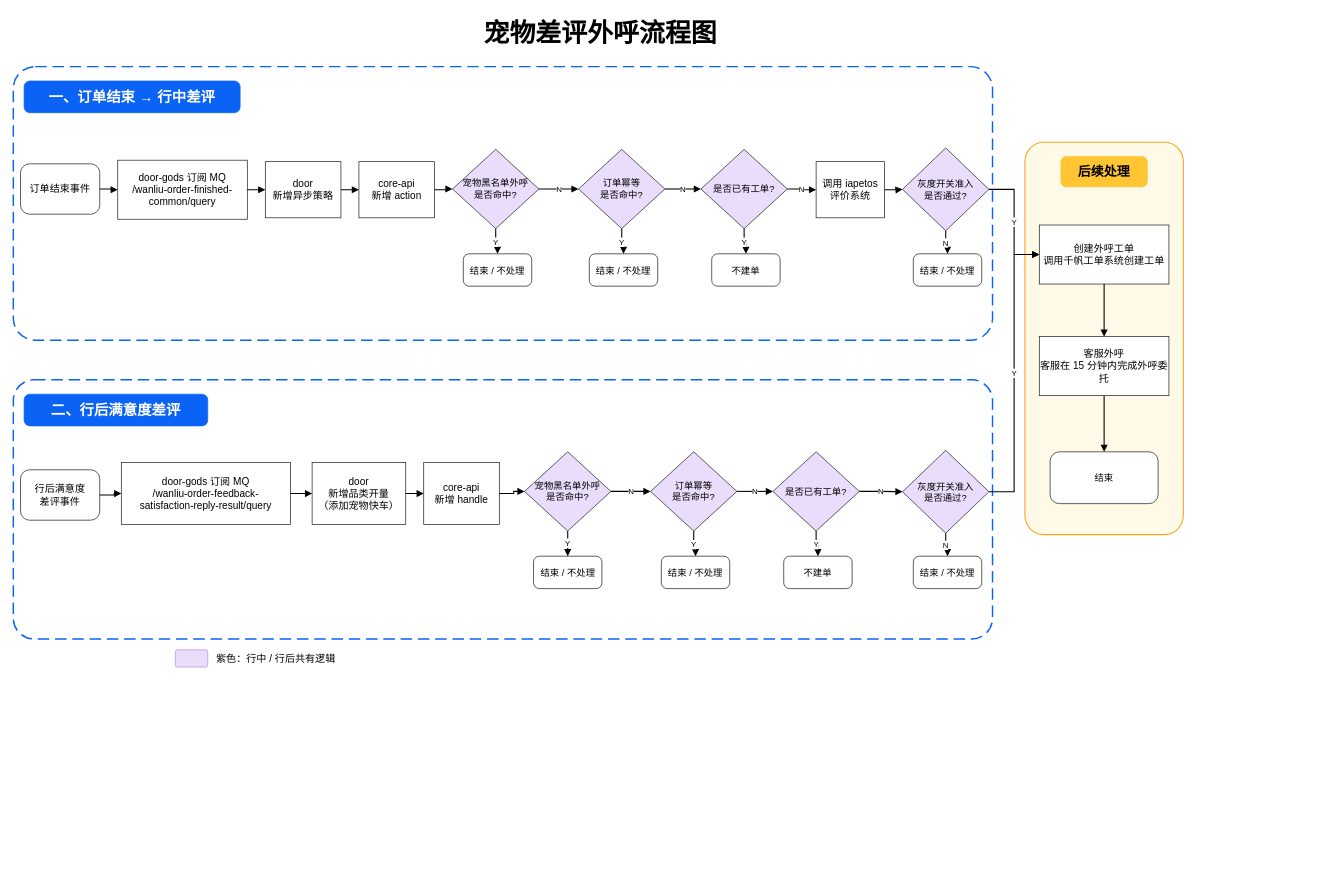
This is 宠物外呼流程图.drawio from EYOKE/hello-world, a draw.io file, before an edit. Source tidied: cells renumbered, new cells numbered last; positions are measured from the earlier drawing's top-left corner, leaving out a move shared by most shapes. Both pictures are drawn from the tidied source at 72%, with x=0, y=0 at pixel (13, 12).
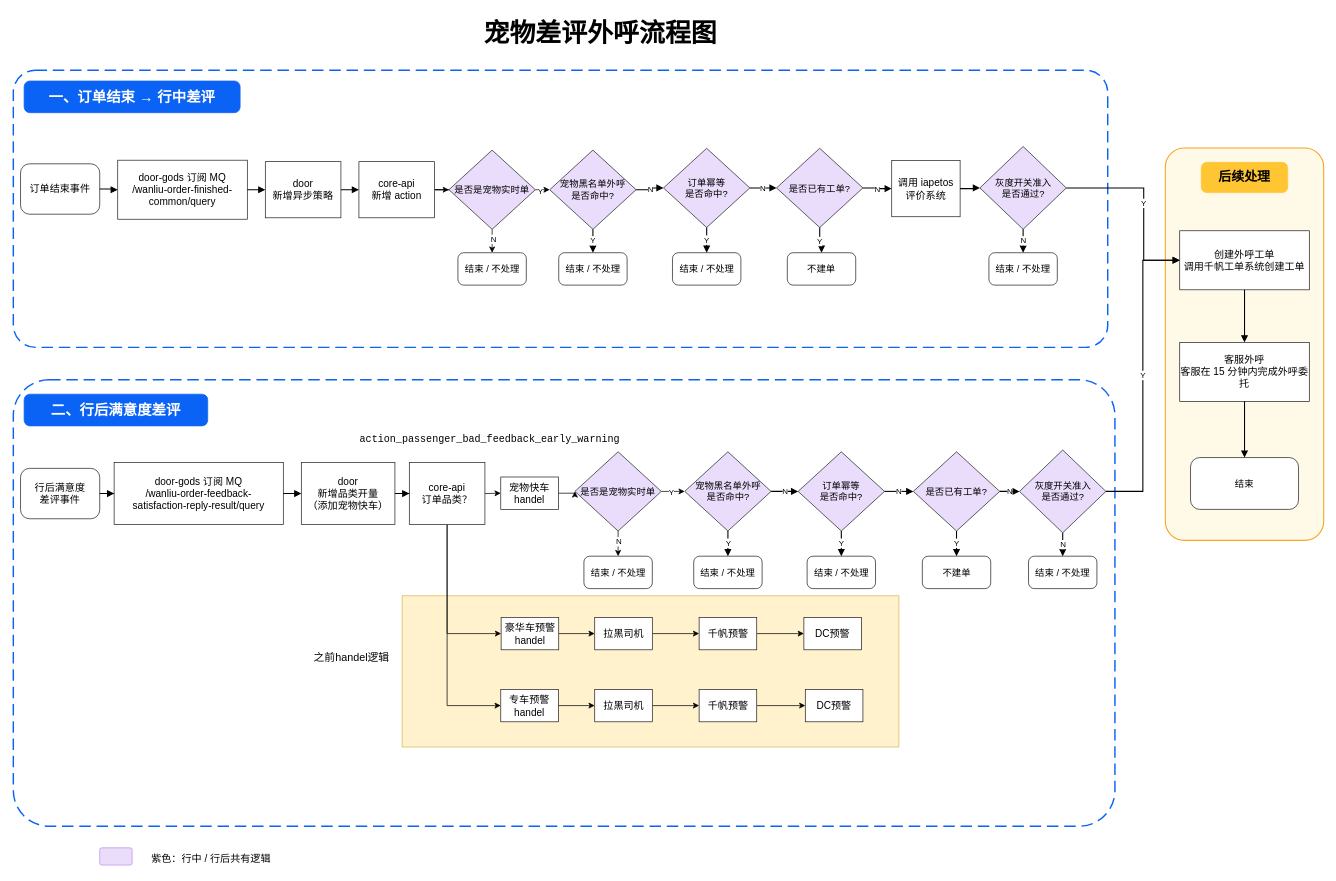
After the change.

Commit message:
更新宠物外呼流程图.drawio

The change refers to these unchanged cells:
```xml
<mxCell id="10" value="core-api&lt;br&gt;新增 action" style="rounded=0;whiteSpace=wrap;html=1;fillColor=#FFFFFF;strokeColor=#222222;fontSize=14;" parent="1" vertex="1">
  <mxGeometry x="480" y="207" width="105" height="78" as="geometry" />
</mxCell>
```

Diff of the diagram source:
```diff
@@
+    <mxCell id="66" style="rounded=0;whiteSpace=wrap;html=1;fillColor=#fff2cc;strokeColor=#d6b656;" parent="1" vertex="1">
+      <mxGeometry x="540" y="810" width="690" height="210" as="geometry" />
+    </mxCell>
@@
     <mxCell id="3" style="rounded=1;whiteSpace=wrap;html=1;fillColor=none;strokeColor=#0B63F6;dashed=1;dashPattern=8 4;strokeWidth=2;arcSize=8;" parent="1" vertex="1">
-      <mxGeometry y="75" width="1360" height="380" as="geometry" />
+      <mxGeometry y="80" width="1520" height="385" as="geometry" />
     </mxCell>
     <mxCell id="4" style="rounded=1;whiteSpace=wrap;html=1;fillColor=none;strokeColor=#0B63F6;dashed=1;dashPattern=8 4;strokeWidth=2;arcSize=8;" parent="1" vertex="1">
-      <mxGeometry y="510" width="1360" height="360" as="geometry" />
+      <mxGeometry y="510" width="1530" height="620" as="geometry" />
     </mxCell>
@@
+    <mxCell id="67" style="edgeStyle=orthogonalEdgeStyle;rounded=0;jettySize=auto;html=1;entryX=0;entryY=0.5;entryDx=0;entryDy=0;" parent="1" edge="1" source="10" target="75">
+      <mxGeometry relative="1" as="geometry" />
+    </mxCell>
@@
     <mxCell id="11" value="宠物黑名单外呼&lt;br&gt;是否命中?" style="rhombus;whiteSpace=wrap;html=1;fillColor=#EADCFB;strokeColor=#222222;fontSize=13;" parent="1" vertex="1">
-      <mxGeometry x="610" y="190" width="120" height="110" as="geometry" />
+      <mxGeometry x="745" y="191" width="120" height="110" as="geometry" />
     </mxCell>
     <mxCell id="12" value="订单幂等&lt;br&gt;是否命中?" style="rhombus;whiteSpace=wrap;html=1;fillColor=#EADCFB;strokeColor=#222222;fontSize=13;" parent="1" vertex="1">
-      <mxGeometry x="785" y="190" width="120" height="110" as="geometry" />
+      <mxGeometry x="903" y="188.5" width="120" height="110" as="geometry" />
     </mxCell>
     <mxCell id="13" value="是否已有工单?" style="rhombus;whiteSpace=wrap;html=1;fillColor=#EADCFB;strokeColor=#222222;fontSize=13;" parent="1" vertex="1">
-      <mxGeometry x="955" y="190" width="120" height="110" as="geometry" />
+      <mxGeometry x="1060" y="188.5" width="120" height="110" as="geometry" />
     </mxCell>
     <mxCell id="14" value="调用 iapetos&lt;br&gt;评价系统" style="rounded=0;whiteSpace=wrap;html=1;fillColor=#FFFFFF;strokeColor=#222222;fontSize=14;" parent="1" vertex="1">
-      <mxGeometry x="1115" y="207" width="95" height="78" as="geometry" />
+      <mxGeometry x="1220" y="205.5" width="95" height="78" as="geometry" />
     </mxCell>
     <mxCell id="15" value="灰度开关准入&lt;br&gt;是否通过?" style="rhombus;whiteSpace=wrap;html=1;fillColor=#EADCFB;strokeColor=#222222;fontSize=13;" parent="1" vertex="1">
-      <mxGeometry x="1235" y="188" width="120" height="115" as="geometry" />
+      <mxGeometry x="1342.5" y="186" width="120" height="115" as="geometry" />
     </mxCell>
     <mxCell id="16" value="结束 / 不处理" style="rounded=1;whiteSpace=wrap;html=1;fillColor=#FFFFFF;strokeColor=#222222;fontSize=13;arcSize=18;" parent="1" vertex="1">
-      <mxGeometry x="625" y="335" width="95" height="45" as="geometry" />
+      <mxGeometry x="757.5" y="333.5" width="95" height="45" as="geometry" />
     </mxCell>
     <mxCell id="17" value="结束 / 不处理" style="rounded=1;whiteSpace=wrap;html=1;fillColor=#FFFFFF;strokeColor=#222222;fontSize=13;arcSize=18;" parent="1" vertex="1">
-      <mxGeometry x="800" y="335" width="95" height="45" as="geometry" />
+      <mxGeometry x="915.5" y="333.5" width="95" height="45" as="geometry" />
     </mxCell>
     <mxCell id="18" value="不建单" style="rounded=1;whiteSpace=wrap;html=1;fillColor=#FFFFFF;strokeColor=#222222;fontSize=13;arcSize=18;" parent="1" vertex="1">
-      <mxGeometry x="970" y="335" width="95" height="45" as="geometry" />
+      <mxGeometry x="1075" y="333.5" width="95" height="45" as="geometry" />
     </mxCell>
     <mxCell id="19" value="结束 / 不处理" style="rounded=1;whiteSpace=wrap;html=1;fillColor=#FFFFFF;strokeColor=#222222;fontSize=13;arcSize=18;" parent="1" vertex="1">
-      <mxGeometry x="1250" y="335" width="95" height="45" as="geometry" />
+      <mxGeometry x="1355" y="333.5" width="95" height="45" as="geometry" />
     </mxCell>
     <mxCell id="20" value="行后满意度&lt;br&gt;差评事件" style="rounded=1;whiteSpace=wrap;html=1;fillColor=#FFFFFF;strokeColor=#222222;fontSize=14;arcSize=18;" parent="1" vertex="1">
-      <mxGeometry x="10" y="635" width="110" height="70" as="geometry" />
+      <mxGeometry x="10" y="633" width="110" height="70" as="geometry" />
     </mxCell>
     <mxCell id="21" value="door-gods 订阅 MQ&lt;br&gt;/wanliu-order-feedback-&lt;br&gt;satisfaction-reply-result/query" style="rounded=0;whiteSpace=wrap;html=1;fillColor=#FFFFFF;strokeColor=#222222;fontSize=14;" parent="1" vertex="1">
-      <mxGeometry x="150" y="625" width="235" height="86" as="geometry" />
+      <mxGeometry x="140" y="625" width="235" height="86" as="geometry" />
     </mxCell>
     <mxCell id="22" value="door&lt;br&gt;新增品类开量&lt;br&gt;（添加宠物快车）" style="rounded=0;whiteSpace=wrap;html=1;fillColor=#FFFFFF;strokeColor=#222222;fontSize=14;" parent="1" vertex="1">
-      <mxGeometry x="415" y="625" width="130" height="86" as="geometry" />
+      <mxGeometry x="400" y="625" width="130" height="86" as="geometry" />
     </mxCell>
+    <mxCell id="68" style="rounded=0;jettySize=auto;html=1;exitX=1;exitY=0.5;exitDx=0;exitDy=0;entryX=0;entryY=0.5;entryDx=0;entryDy=0;" parent="1" edge="1" source="23" target="85">
+      <mxGeometry relative="1" as="geometry" />
+    </mxCell>
+    <mxCell id="69" style="edgeStyle=orthogonalEdgeStyle;rounded=0;jettySize=auto;html=1;exitX=0.5;exitY=1;exitDx=0;exitDy=0;entryX=0;entryY=0.5;entryDx=0;entryDy=0;" parent="1" edge="1" source="23" target="87">
+      <mxGeometry relative="1" as="geometry" />
+    </mxCell>
+    <mxCell id="70" style="edgeStyle=orthogonalEdgeStyle;rounded=0;jettySize=auto;html=1;exitX=0.5;exitY=1;exitDx=0;exitDy=0;entryX=0;entryY=0.5;entryDx=0;entryDy=0;" parent="1" edge="1" source="23" target="89">
+      <mxGeometry relative="1" as="geometry" />
+    </mxCell>
-    <mxCell id="23" value="core-api&lt;br&gt;新增 handle" style="rounded=0;whiteSpace=wrap;html=1;fillColor=#FFFFFF;strokeColor=#222222;fontSize=14;" parent="1" vertex="1">
-      <mxGeometry x="570" y="625" width="105" height="86" as="geometry" />
+    <mxCell id="23" value="core-api&lt;br&gt;订单品类？" style="rounded=0;whiteSpace=wrap;html=1;fillColor=#FFFFFF;strokeColor=#222222;fontSize=14;" parent="1" vertex="1">
+      <mxGeometry x="550" y="625" width="105" height="86" as="geometry" />
     </mxCell>
     <mxCell id="24" value="宠物黑名单外呼&lt;br&gt;是否命中?" style="rhombus;whiteSpace=wrap;html=1;fillColor=#EADCFB;strokeColor=#222222;fontSize=13;" parent="1" vertex="1">
-      <mxGeometry x="710" y="610" width="120" height="110" as="geometry" />
+      <mxGeometry x="932.5" y="610" width="120" height="110" as="geometry" />
     </mxCell>
     <mxCell id="25" value="订单幂等&lt;br&gt;是否命中?" style="rhombus;whiteSpace=wrap;html=1;fillColor=#EADCFB;strokeColor=#222222;fontSize=13;" parent="1" vertex="1">
-      <mxGeometry x="885" y="610" width="120" height="110" as="geometry" />
+      <mxGeometry x="1090" y="610" width="120" height="110" as="geometry" />
     </mxCell>
     <mxCell id="26" value="是否已有工单?" style="rhombus;whiteSpace=wrap;html=1;fillColor=#EADCFB;strokeColor=#222222;fontSize=13;" parent="1" vertex="1">
-      <mxGeometry x="1055" y="610" width="120" height="110" as="geometry" />
+      <mxGeometry x="1250" y="610" width="120" height="110" as="geometry" />
     </mxCell>
     <mxCell id="27" value="灰度开关准入&lt;br&gt;是否通过?" style="rhombus;whiteSpace=wrap;html=1;fillColor=#EADCFB;strokeColor=#222222;fontSize=13;" parent="1" vertex="1">
-      <mxGeometry x="1235" y="608" width="120" height="115" as="geometry" />
+      <mxGeometry x="1397.5" y="607.5" width="120" height="115" as="geometry" />
     </mxCell>
     <mxCell id="28" value="结束 / 不处理" style="rounded=1;whiteSpace=wrap;html=1;fillColor=#FFFFFF;strokeColor=#222222;fontSize=13;arcSize=18;" parent="1" vertex="1">
-      <mxGeometry x="722.5" y="755" width="95" height="45" as="geometry" />
+      <mxGeometry x="945" y="755" width="95" height="45" as="geometry" />
     </mxCell>
     <mxCell id="29" value="结束 / 不处理" style="rounded=1;whiteSpace=wrap;html=1;fillColor=#FFFFFF;strokeColor=#222222;fontSize=13;arcSize=18;" parent="1" vertex="1">
-      <mxGeometry x="900" y="755" width="95" height="45" as="geometry" />
+      <mxGeometry x="1102.5" y="755" width="95" height="45" as="geometry" />
     </mxCell>
     <mxCell id="30" value="不建单" style="rounded=1;whiteSpace=wrap;html=1;fillColor=#FFFFFF;strokeColor=#222222;fontSize=13;arcSize=18;" parent="1" vertex="1">
-      <mxGeometry x="1070" y="755" width="95" height="45" as="geometry" />
+      <mxGeometry x="1262.5" y="755" width="95" height="45" as="geometry" />
     </mxCell>
     <mxCell id="31" value="结束 / 不处理" style="rounded=1;whiteSpace=wrap;html=1;fillColor=#FFFFFF;strokeColor=#222222;fontSize=13;arcSize=18;" parent="1" vertex="1">
-      <mxGeometry x="1250" y="755" width="95" height="45" as="geometry" />
+      <mxGeometry x="1410" y="755" width="95" height="45" as="geometry" />
     </mxCell>
     <mxCell id="32" style="rounded=1;whiteSpace=wrap;html=1;fillColor=#FFF9E8;strokeColor=#F5A623;strokeWidth=1.5;arcSize=12;" parent="1" vertex="1">
-      <mxGeometry x="1405" y="180" width="220" height="545" as="geometry" />
+      <mxGeometry x="1600" y="188" width="220" height="545" as="geometry" />
     </mxCell>
     <mxCell id="33" value="后续处理" style="rounded=1;whiteSpace=wrap;html=1;fillColor=#FFC533;strokeColor=#FFC533;fontSize=18;fontStyle=1;arcSize=18;" parent="1" vertex="1">
-      <mxGeometry x="1455" y="200" width="120" height="42" as="geometry" />
+      <mxGeometry x="1650" y="208" width="120" height="42" as="geometry" />
     </mxCell>
     <mxCell id="34" value="创建外呼工单&lt;br&gt;调用千帆工单系统创建工单" style="rounded=0;whiteSpace=wrap;html=1;fillColor=#FFFFFF;strokeColor=#222222;fontSize=14;" parent="1" vertex="1">
-      <mxGeometry x="1425" y="295" width="180" height="82" as="geometry" />
+      <mxGeometry x="1620" y="303" width="180" height="82" as="geometry" />
     </mxCell>
     <mxCell id="35" value="客服外呼&lt;br&gt;客服在 15 分钟内完成外呼委托" style="rounded=0;whiteSpace=wrap;html=1;fillColor=#FFFFFF;strokeColor=#222222;fontSize=14;" parent="1" vertex="1">
-      <mxGeometry x="1425" y="450" width="180" height="82" as="geometry" />
+      <mxGeometry x="1620" y="458" width="180" height="82" as="geometry" />
     </mxCell>
     <mxCell id="36" value="结束" style="rounded=1;whiteSpace=wrap;html=1;fillColor=#FFFFFF;strokeColor=#222222;fontSize=13;arcSize=18;" parent="1" vertex="1">
-      <mxGeometry x="1440" y="610" width="150" height="72" as="geometry" />
+      <mxGeometry x="1635" y="618" width="150" height="72" as="geometry" />
     </mxCell>
@@
-    <mxCell id="40" style="edgeStyle=orthogonalEdgeStyle;rounded=0;jettySize=auto;html=1;endArrow=block;endFill=1;strokeWidth=1.5;" parent="1" edge="1" source="10" target="11">
-      <mxGeometry relative="1" as="geometry" />
-    </mxCell>
@@
-    <mxCell id="45" value="Y" style="edgeStyle=orthogonalEdgeStyle;rounded=0;jettySize=auto;html=1;endArrow=block;endFill=1;strokeWidth=1.5;" parent="1" edge="1" source="15" target="34">
-      <mxGeometry relative="1" as="geometry" />
+    <mxCell id="45" value="Y" style="edgeStyle=orthogonalEdgeStyle;rounded=0;jettySize=auto;html=1;endArrow=block;endFill=1;strokeWidth=1.5;entryX=0;entryY=0.5;entryDx=0;entryDy=0;" parent="1" edge="1" source="15" target="34">
+      <mxGeometry relative="1" as="geometry">
+        <Array as="points">
+          <mxPoint x="1570" y="243.6" />
+          <mxPoint x="1570" y="344" />
+        </Array>
+      </mxGeometry>
     </mxCell>
@@
-    <mxCell id="53" style="edgeStyle=orthogonalEdgeStyle;rounded=0;jettySize=auto;html=1;endArrow=block;endFill=1;strokeWidth=1.5;" parent="1" edge="1" source="23" target="24">
-      <mxGeometry relative="1" as="geometry" />
-    </mxCell>
@@
     <mxCell id="64" style="rounded=1;whiteSpace=wrap;html=1;fillColor=#EADCFB;strokeColor=#B792E8;arcSize=12;" parent="1" vertex="1">
-      <mxGeometry x="225" y="885" width="45" height="24" as="geometry" />
+      <mxGeometry x="120" y="1160" width="45" height="24" as="geometry" />
     </mxCell>
     <mxCell id="65" value="紫色：行中 / 行后共有逻辑" style="text;html=1;strokeColor=none;fillColor=none;fontSize=14;align=left;verticalAlign=middle;" parent="1" vertex="1">
-      <mxGeometry x="280" y="882" width="210" height="30" as="geometry" />
+      <mxGeometry x="190" y="1160" width="210" height="30" as="geometry" />
     </mxCell>
+    <mxCell id="71" style="edgeStyle=orthogonalEdgeStyle;rounded=0;jettySize=auto;html=1;exitX=1;exitY=0.5;exitDx=0;exitDy=0;entryX=0;entryY=0.5;entryDx=0;entryDy=0;" parent="1" edge="1" source="75" target="11">
+      <mxGeometry relative="1" as="geometry" />
+    </mxCell>
+    <mxCell id="72" value="Y" style="edgeLabel;html=1;align=center;verticalAlign=middle;" parent="71" vertex="1">
+      <mxGeometry x="-0.4" y="-1" relative="1" as="geometry" />
+    </mxCell>
+    <mxCell id="73" style="edgeStyle=orthogonalEdgeStyle;rounded=0;jettySize=auto;html=1;exitX=0.5;exitY=1;exitDx=0;exitDy=0;entryX=0.5;entryY=0;entryDx=0;entryDy=0;" parent="1" edge="1" source="75" target="76">
+      <mxGeometry relative="1" as="geometry" />
+    </mxCell>
+    <mxCell id="74" value="N" style="edgeLabel;html=1;align=center;verticalAlign=middle;" parent="73" vertex="1">
+      <mxGeometry x="-0.18" y="1" relative="1" as="geometry" />
+    </mxCell>
+    <mxCell id="75" value="是否是宠物实时单" style="rhombus;whiteSpace=wrap;html=1;fillColor=#EADCFB;strokeColor=#222222;fontSize=13;" parent="1" vertex="1">
+      <mxGeometry x="605" y="191" width="120" height="110" as="geometry" />
+    </mxCell>
+    <mxCell id="76" value="结束 / 不处理" style="rounded=1;whiteSpace=wrap;html=1;fillColor=#FFFFFF;strokeColor=#222222;fontSize=13;arcSize=18;" parent="1" vertex="1">
+      <mxGeometry x="617.5" y="333.5" width="95" height="45" as="geometry" />
+    </mxCell>
+    <mxCell id="77" value="&lt;pre&gt;&lt;code&gt;&lt;font style=&quot;font-size: 14px;&quot;&gt;action_passenger_bad_feedback_early_warning&lt;/font&gt;&lt;/code&gt;&lt;/pre&gt;" style="text;html=1;whiteSpace=wrap;strokeColor=none;fillColor=none;align=center;verticalAlign=middle;rounded=0;" parent="1" vertex="1">
+      <mxGeometry x="495.5" y="577.5" width="332" height="30" as="geometry" />
+    </mxCell>
+    <mxCell id="78" style="edgeStyle=orthogonalEdgeStyle;rounded=0;jettySize=auto;html=1;exitX=1;exitY=0.5;exitDx=0;exitDy=0;entryX=0;entryY=0.5;entryDx=0;entryDy=0;" parent="1" edge="1" source="82" target="24">
+      <mxGeometry relative="1" as="geometry" />
+    </mxCell>
+    <mxCell id="79" value="Y" style="edgeLabel;html=1;align=center;verticalAlign=middle;" parent="78" vertex="1">
+      <mxGeometry x="-0.22" relative="1" as="geometry" />
+    </mxCell>
+    <mxCell id="80" style="edgeStyle=orthogonalEdgeStyle;rounded=0;jettySize=auto;html=1;exitX=0.5;exitY=1;exitDx=0;exitDy=0;entryX=0.5;entryY=0;entryDx=0;entryDy=0;" parent="1" edge="1" source="82" target="83">
+      <mxGeometry relative="1" as="geometry" />
+    </mxCell>
+    <mxCell id="81" value="N" style="edgeLabel;html=1;align=center;verticalAlign=middle;" parent="80" vertex="1">
+      <mxGeometry x="-0.2" relative="1" as="geometry" />
+    </mxCell>
+    <mxCell id="82" value="是否是宠物实时单" style="rhombus;whiteSpace=wrap;html=1;fillColor=#EADCFB;strokeColor=#222222;fontSize=13;" parent="1" vertex="1">
+      <mxGeometry x="780" y="610" width="120" height="110" as="geometry" />
+    </mxCell>
+    <mxCell id="83" value="结束 / 不处理" style="rounded=1;whiteSpace=wrap;html=1;fillColor=#FFFFFF;strokeColor=#222222;fontSize=13;arcSize=18;" parent="1" vertex="1">
+      <mxGeometry x="792.5" y="755" width="95" height="45" as="geometry" />
+    </mxCell>
+    <mxCell id="84" style="edgeStyle=orthogonalEdgeStyle;rounded=0;jettySize=auto;html=1;exitX=1;exitY=0.5;exitDx=0;exitDy=0;entryX=0;entryY=0.5;entryDx=0;entryDy=0;" parent="1" edge="1" source="85" target="82">
+      <mxGeometry relative="1" as="geometry" />
+    </mxCell>
+    <mxCell id="85" value="宠物快车handel" style="rounded=0;whiteSpace=wrap;html=1;fillColor=#FFFFFF;strokeColor=#222222;fontSize=14;" parent="1" vertex="1">
+      <mxGeometry x="677" y="645" width="80" height="45" as="geometry" />
+    </mxCell>
+    <mxCell id="86" style="edgeStyle=orthogonalEdgeStyle;rounded=0;jettySize=auto;html=1;exitX=1;exitY=0.5;exitDx=0;exitDy=0;entryX=0;entryY=0.5;entryDx=0;entryDy=0;" parent="1" edge="1" source="87" target="91">
+      <mxGeometry relative="1" as="geometry" />
+    </mxCell>
+    <mxCell id="87" value="豪华车预警handel" style="rounded=0;whiteSpace=wrap;html=1;fillColor=#FFFFFF;strokeColor=#222222;fontSize=14;" parent="1" vertex="1">
+      <mxGeometry x="677.5" y="840" width="80" height="45" as="geometry" />
+    </mxCell>
+    <mxCell id="88" style="edgeStyle=orthogonalEdgeStyle;rounded=0;jettySize=auto;html=1;exitX=1;exitY=0.5;exitDx=0;exitDy=0;entryX=0;entryY=0.5;entryDx=0;entryDy=0;" parent="1" edge="1" source="89" target="96">
+      <mxGeometry relative="1" as="geometry" />
+    </mxCell>
+    <mxCell id="89" value="专车预警handel" style="rounded=0;whiteSpace=wrap;html=1;fillColor=#FFFFFF;strokeColor=#222222;fontSize=14;" parent="1" vertex="1">
+      <mxGeometry x="677" y="940" width="80" height="45" as="geometry" />
+    </mxCell>
+    <mxCell id="90" style="edgeStyle=orthogonalEdgeStyle;rounded=0;jettySize=auto;html=1;exitX=1;exitY=0.5;exitDx=0;exitDy=0;entryX=0;entryY=0.5;entryDx=0;entryDy=0;" parent="1" edge="1" source="91" target="93">
+      <mxGeometry relative="1" as="geometry" />
+    </mxCell>
+    <mxCell id="91" value="拉黑司机" style="rounded=0;whiteSpace=wrap;html=1;fillColor=#FFFFFF;strokeColor=#222222;fontSize=14;" parent="1" vertex="1">
+      <mxGeometry x="807.5" y="840" width="80" height="45" as="geometry" />
+    </mxCell>
+    <mxCell id="92" style="edgeStyle=orthogonalEdgeStyle;rounded=0;jettySize=auto;html=1;exitX=1;exitY=0.5;exitDx=0;exitDy=0;entryX=0;entryY=0.5;entryDx=0;entryDy=0;" parent="1" edge="1" source="93" target="94">
+      <mxGeometry relative="1" as="geometry" />
+    </mxCell>
+    <mxCell id="93" value="千帆预警" style="rounded=0;whiteSpace=wrap;html=1;fillColor=#FFFFFF;strokeColor=#222222;fontSize=14;" parent="1" vertex="1">
+      <mxGeometry x="952.5" y="840" width="80" height="45" as="geometry" />
+    </mxCell>
+    <mxCell id="94" value="DC预警" style="rounded=0;whiteSpace=wrap;html=1;fillColor=#FFFFFF;strokeColor=#222222;fontSize=14;" parent="1" vertex="1">
+      <mxGeometry x="1098" y="840" width="80" height="45" as="geometry" />
+    </mxCell>
+    <mxCell id="95" style="edgeStyle=orthogonalEdgeStyle;rounded=0;jettySize=auto;html=1;exitX=1;exitY=0.5;exitDx=0;exitDy=0;entryX=0;entryY=0.5;entryDx=0;entryDy=0;" parent="1" edge="1" source="96" target="98">
+      <mxGeometry relative="1" as="geometry" />
+    </mxCell>
+    <mxCell id="96" value="拉黑司机" style="rounded=0;whiteSpace=wrap;html=1;fillColor=#FFFFFF;strokeColor=#222222;fontSize=14;" parent="1" vertex="1">
+      <mxGeometry x="807.5" y="940" width="80" height="45" as="geometry" />
+    </mxCell>
+    <mxCell id="97" style="edgeStyle=orthogonalEdgeStyle;rounded=0;jettySize=auto;html=1;exitX=1;exitY=0.5;exitDx=0;exitDy=0;entryX=0;entryY=0.5;entryDx=0;entryDy=0;" parent="1" edge="1" source="98" target="99">
+      <mxGeometry relative="1" as="geometry" />
+    </mxCell>
+    <mxCell id="98" value="千帆预警" style="rounded=0;whiteSpace=wrap;html=1;fillColor=#FFFFFF;strokeColor=#222222;fontSize=14;" parent="1" vertex="1">
+      <mxGeometry x="952.5" y="940" width="80" height="45" as="geometry" />
+    </mxCell>
+    <mxCell id="99" value="DC预警" style="rounded=0;whiteSpace=wrap;html=1;fillColor=#FFFFFF;strokeColor=#222222;fontSize=14;" parent="1" vertex="1">
+      <mxGeometry x="1100" y="940" width="80" height="45" as="geometry" />
+    </mxCell>
+    <mxCell id="100" value="&lt;font style=&quot;font-size: 15px;&quot;&gt;之前handel逻辑&lt;/font&gt;" style="text;html=1;whiteSpace=wrap;strokeColor=none;fillColor=none;align=center;verticalAlign=middle;rounded=0;" parent="1" vertex="1">
+      <mxGeometry x="400" y="880" width="140" height="30" as="geometry" />
+    </mxCell>
```
